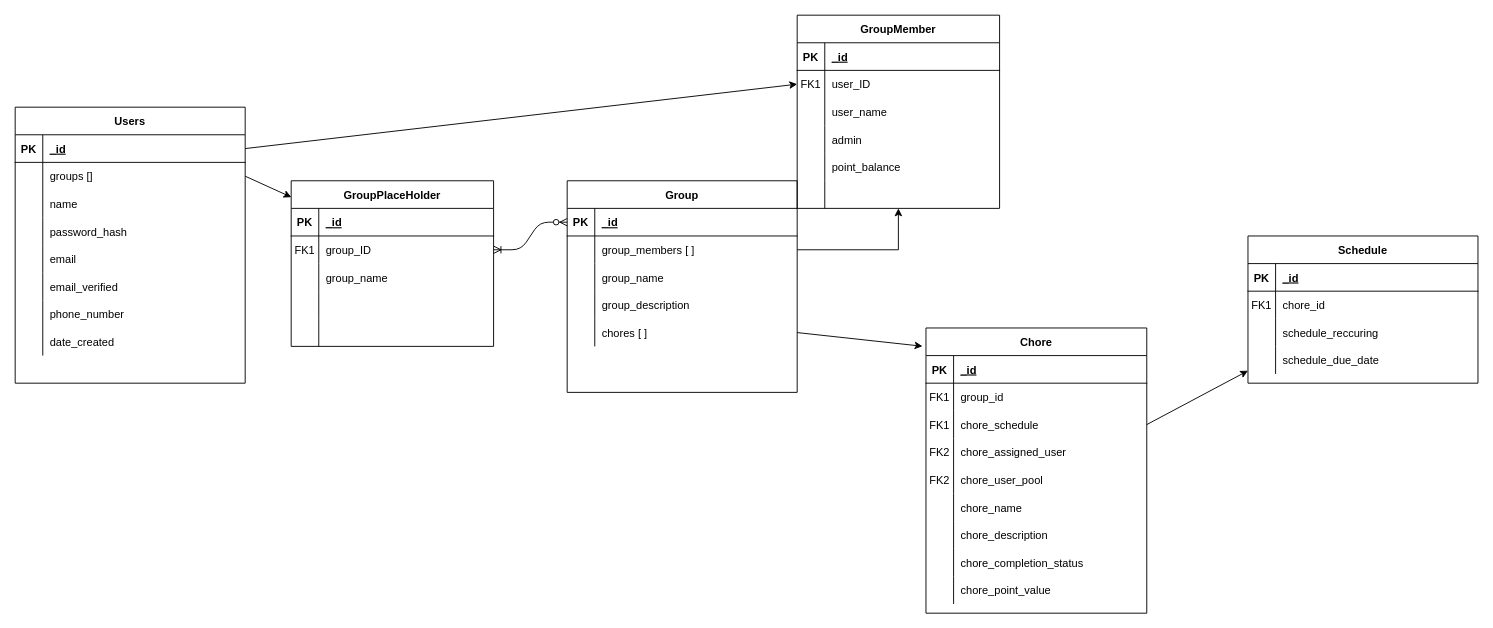
This is ERDDiagram.drawio from TBean18/TrashOverflow-Web, a draw.io file, before an edit. Source tidied: cells renumbered, new cells numbered last; positions are measured from the earlier drawing's top-left corner, leaving out a move shared by most shapes. Both pictures are drawn from the tidied source at 92%, with x=0, y=0 at pixel (15, 15).
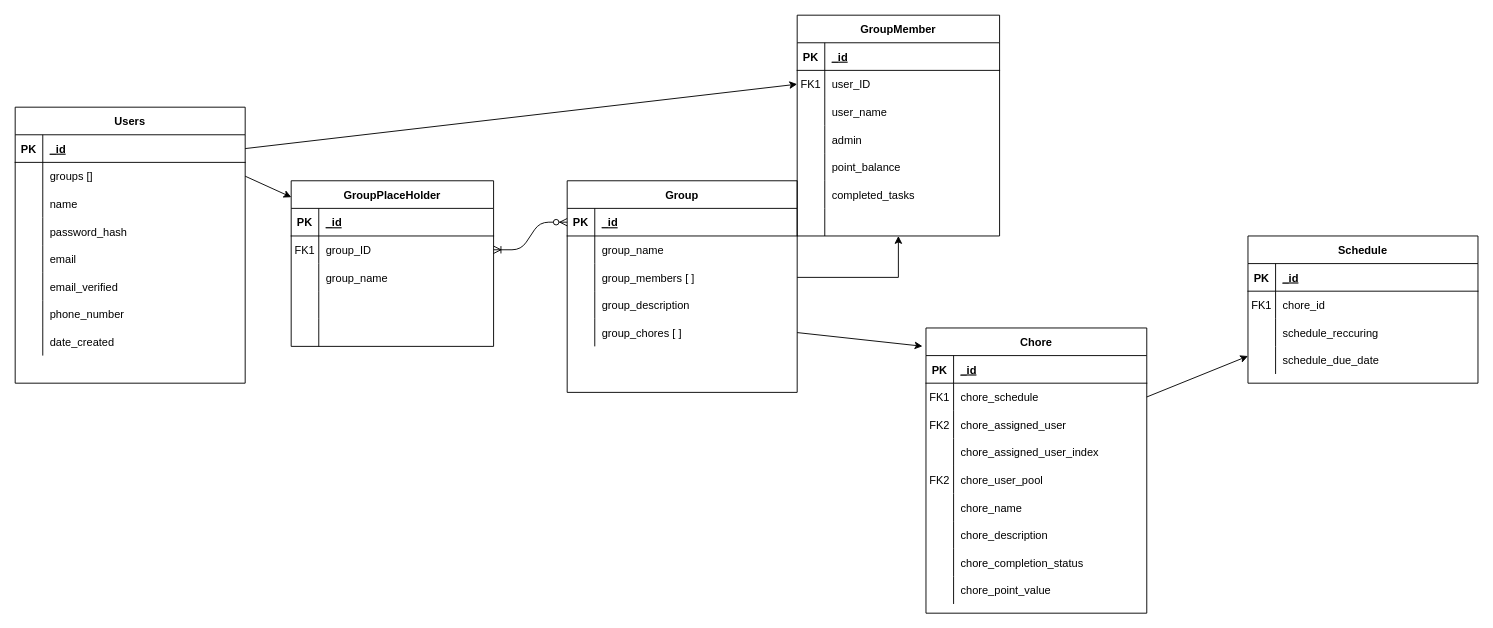
Above is the later version.

Commit message:
Changed Group and Chore to match Mongoose Schema

Unchanged cells that the change refers to:
```xml
<mxCell id="3" value="Group" style="shape=table;startSize=30;childLayout=tableLayout;rowLines=0;fontStyle=1;align=center;" parent="1" vertex="1">
  <mxGeometry x="600" y="180" width="250" height="230" as="geometry" />
</mxCell>
<mxCell id="16" style="shape=partialRectangle;fillColor=none;points=[[0,0.5],[1,0.5]];portConstraint=eastwest;top=0;left=0;right=0;bottom=0;" parent="3" vertex="1">
  <mxGeometry y="150" width="250" height="30" as="geometry" />
</mxCell>
<mxCell id="19" value="Chore" style="shape=table;startSize=30;childLayout=tableLayout;rowLines=0;fontStyle=1;align=center;" parent="1" vertex="1">
  <mxGeometry x="990" y="340" width="240" height="310" as="geometry" />
</mxCell>
```

Diff of the diagram source:
```diff
@@
+    <mxCell id="10" style="shape=partialRectangle;fillColor=none;top=0;left=0;right=0;bottom=0;" parent="3" vertex="1">
+      <mxGeometry y="60" width="250" height="30" as="geometry" />
+    </mxCell>
+    <mxCell id="11" style="shape=partialRectangle;overflow=hidden;fillColor=none;top=0;left=0;bottom=0;right=0;" parent="10" vertex="1">
+      <mxGeometry width="30" height="30" as="geometry" />
+    </mxCell>
+    <mxCell id="12" value="group_name" style="shape=partialRectangle;overflow=hidden;fillColor=none;top=0;left=0;bottom=0;right=0;align=left;spacingLeft=6;" parent="10" vertex="1">
+      <mxGeometry x="30" width="220" height="30" as="geometry" />
+    </mxCell>
     <mxCell id="7" style="shape=partialRectangle;fillColor=none;points=[[0,0.5],[1,0.5]];portConstraint=eastwest;top=0;left=0;right=0;bottom=0;" parent="3" vertex="1">
-      <mxGeometry y="60" width="250" height="30" as="geometry" />
+      <mxGeometry y="90" width="250" height="30" as="geometry" />
     </mxCell>
@@
-    <mxCell id="10" style="shape=partialRectangle;fillColor=none;top=0;left=0;right=0;bottom=0;" parent="3" vertex="1">
-      <mxGeometry y="90" width="250" height="30" as="geometry" />
-    </mxCell>
-    <mxCell id="11" style="shape=partialRectangle;overflow=hidden;fillColor=none;top=0;left=0;bottom=0;right=0;" parent="10" vertex="1">
-      <mxGeometry width="30" height="30" as="geometry" />
-    </mxCell>
-    <mxCell id="12" value="group_name" style="shape=partialRectangle;overflow=hidden;fillColor=none;top=0;left=0;bottom=0;right=0;align=left;spacingLeft=6;" parent="10" vertex="1">
-      <mxGeometry x="30" width="220" height="30" as="geometry" />
-    </mxCell>
@@
-    <mxCell id="18" value="chores [ ]" style="shape=partialRectangle;overflow=hidden;fillColor=none;top=0;left=0;bottom=0;right=0;align=left;spacingLeft=6;" parent="16" vertex="1">
+    <mxCell id="18" value="group_chores [ ]" style="shape=partialRectangle;overflow=hidden;fillColor=none;top=0;left=0;bottom=0;right=0;align=left;spacingLeft=6;" parent="16" vertex="1">
       <mxGeometry x="30" width="220" height="30" as="geometry" />
     </mxCell>
@@
-    <mxCell id="23" style="shape=partialRectangle;fillColor=none;top=0;left=0;right=0;bottom=0;" parent="19" vertex="1">
-      <mxGeometry y="60" width="240" height="30" as="geometry" />
-    </mxCell>
-    <mxCell id="24" value="FK1" style="shape=partialRectangle;overflow=hidden;fillColor=none;top=0;left=0;bottom=0;right=0;" parent="23" vertex="1">
-      <mxGeometry width="30" height="30" as="geometry" />
-    </mxCell>
-    <mxCell id="25" value="group_id" style="shape=partialRectangle;overflow=hidden;fillColor=none;top=0;left=0;bottom=0;right=0;align=left;spacingLeft=6;" parent="23" vertex="1">
-      <mxGeometry x="30" width="210" height="30" as="geometry" />
-    </mxCell>
     <mxCell id="26" style="shape=partialRectangle;fillColor=none;points=[[0,0.5],[1,0.5]];portConstraint=eastwest;top=0;left=0;right=0;bottom=0;" parent="19" vertex="1">
-      <mxGeometry y="90" width="240" height="30" as="geometry" />
+      <mxGeometry y="60" width="240" height="30" as="geometry" />
     </mxCell>
@@
     <mxCell id="29" style="shape=partialRectangle;fillColor=none;top=0;left=0;right=0;bottom=0;" parent="19" vertex="1">
-      <mxGeometry y="120" width="240" height="30" as="geometry" />
+      <mxGeometry y="90" width="240" height="30" as="geometry" />
     </mxCell>
@@
+    <mxCell id="125" style="shape=partialRectangle;fillColor=none;top=0;left=0;right=0;bottom=0;" parent="19" vertex="1">
+      <mxGeometry y="120" width="240" height="30" as="geometry" />
+    </mxCell>
+    <mxCell id="126" style="shape=partialRectangle;overflow=hidden;fillColor=none;top=0;left=0;bottom=0;right=0;" parent="125" vertex="1">
+      <mxGeometry width="30" height="30" as="geometry" />
+    </mxCell>
+    <mxCell id="127" value="chore_assigned_user_index" style="shape=partialRectangle;overflow=hidden;fillColor=none;top=0;left=0;bottom=0;right=0;align=left;spacingLeft=6;" parent="125" vertex="1">
+      <mxGeometry x="30" width="210" height="30" as="geometry" />
+    </mxCell>
@@
     <mxCell id="102" value="GroupMember" style="shape=table;startSize=30;childLayout=tableLayout;rowLines=0;fontStyle=1;align=center;" parent="1" vertex="1">
-      <mxGeometry x="850" width="220" height="210" as="geometry" />
+      <mxGeometry x="850" width="220" height="240" as="geometry" />
     </mxCell>
@@
+    <mxCell id="128" style="shape=partialRectangle;fillColor=none;top=0;left=0;right=0;bottom=0;" parent="102" vertex="1">
+      <mxGeometry y="180" width="220" height="30" as="geometry" />
+    </mxCell>
+    <mxCell id="129" style="shape=partialRectangle;overflow=hidden;fillColor=none;top=0;left=0;bottom=0;right=0;" parent="128" vertex="1">
+      <mxGeometry width="30" height="30" as="geometry" />
+    </mxCell>
+    <mxCell id="130" value="completed_tasks" style="shape=partialRectangle;overflow=hidden;fillColor=none;top=0;left=0;bottom=0;right=0;align=left;spacingLeft=6;" parent="128" vertex="1">
+      <mxGeometry x="30" width="190" height="30" as="geometry" />
+    </mxCell>
     <mxCell id="118" style="shape=partialRectangle;fillColor=none;top=0;left=0;right=0;bottom=0;" parent="102" vertex="1">
-      <mxGeometry y="180" width="220" height="30" as="geometry" />
+      <mxGeometry y="210" width="220" height="30" as="geometry" />
     </mxCell>
```
